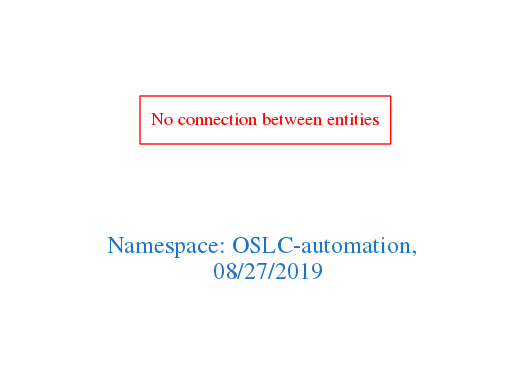
Earlier version of the Graphviz export downloads/OSLC-automation.png (arago/OGIT). Its source is kept beside it as downloads/OSLC-automation.dot.
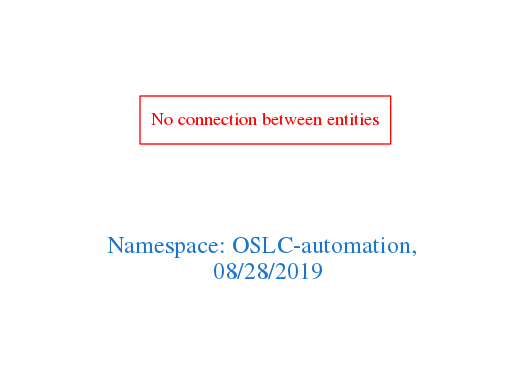
Above is the later version.

Diff of the diagram source:
```diff
@@ -1,7 +1,7 @@
 digraph OGIT_ontology {
  graph [ rankdir= LR,pad=1
 fontsize = 18,
-fontcolor= dodgerblue3,label = "\n\n\nNamespace: OSLC-automation, \n 08/27/2019"];
+fontcolor= dodgerblue3,label = "\n\n\nNamespace: OSLC-automation, \n 08/28/2019"];
 node[shape=polygon];
 edge [  color="gray81"];
 
```
